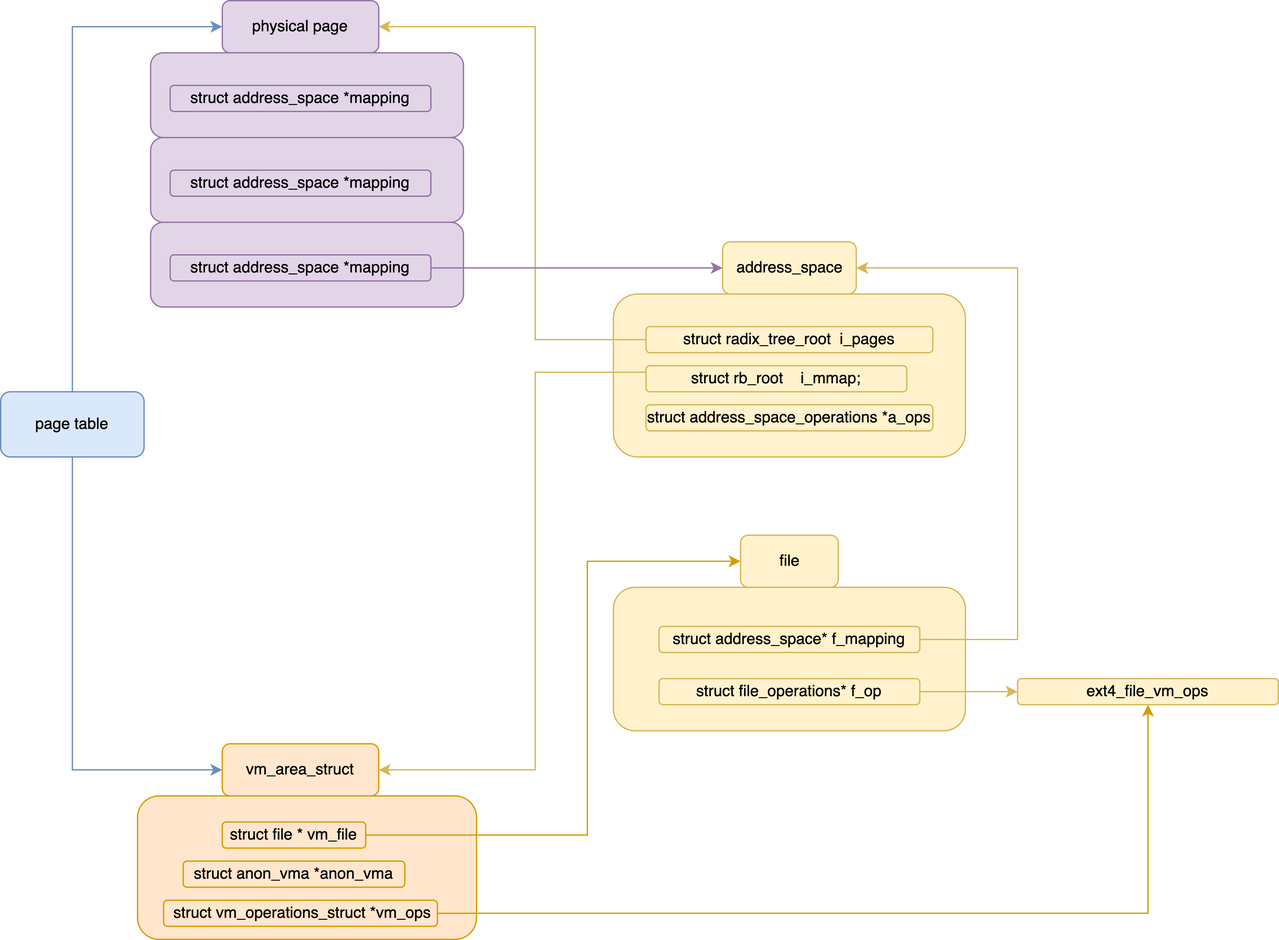
Above: Images/Kernel/mem-mmap-vma-file-page.png in jemmy512/book-notes (draw.io), before the change. Source tidied: cells renumbered, new cells last; positions are measured from the earlier drawing's top-left corner, leaving out a move shared by most shapes.
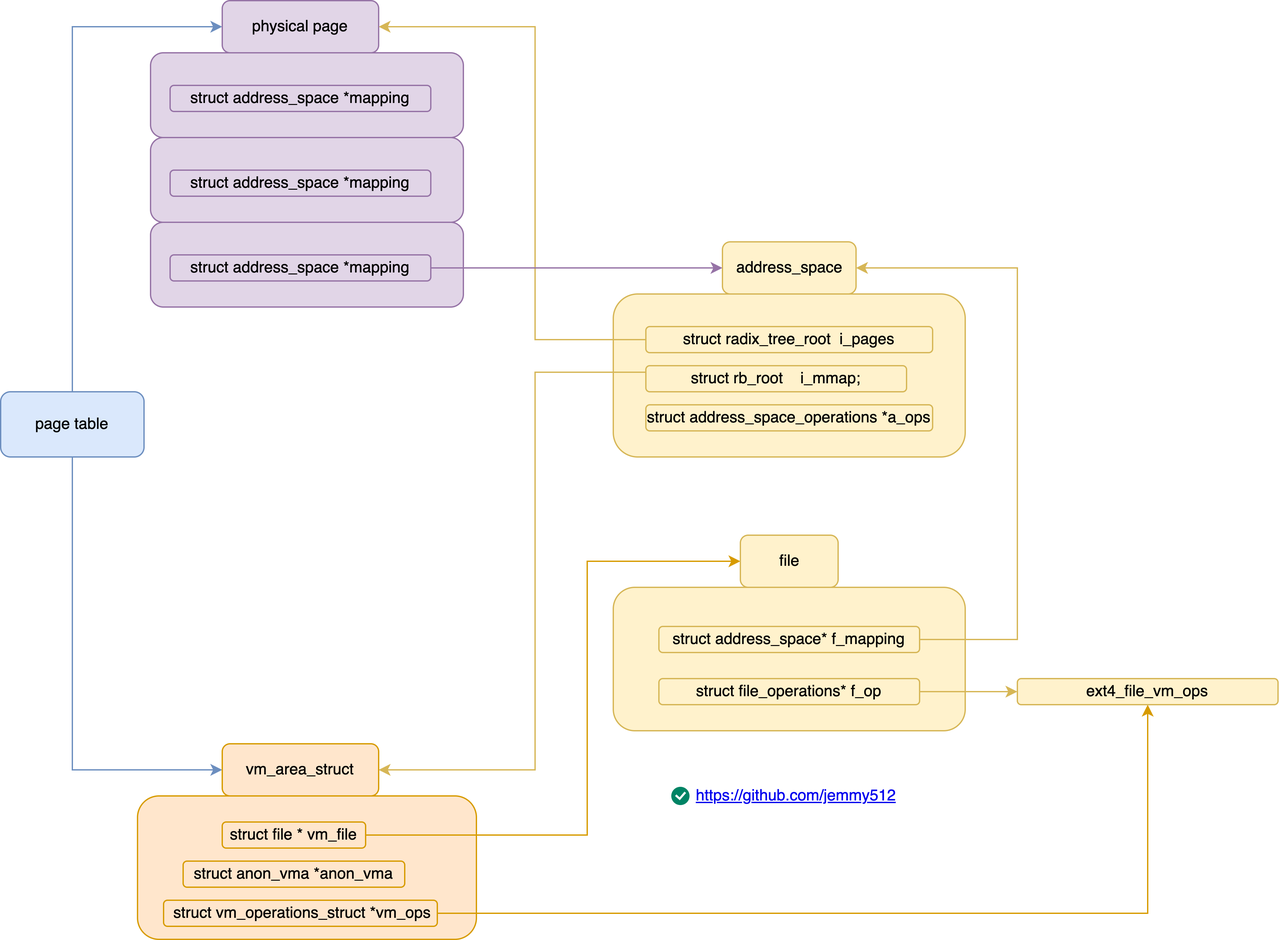
Later version of the same file.

Diff of the diagram source:
```diff
@@ -126,5 +126,11 @@
     <mxCell id="33" value="physical page" style="rounded=1;whiteSpace=wrap;html=1;fillColor=#e1d5e7;strokeColor=#9673a6;" parent="1" vertex="1">
       <mxGeometry x="170" width="120" height="40" as="geometry" />
     </mxCell>
+    <mxCell id="34" style="html=1;shadow=0;dashed=0;shape=mxgraph.atlassian.checkbox;fillColor=#008465;strokeColor=none;html=1;sketch=0;" parent="1" vertex="1">
+      <mxGeometry x="514.5" y="603" width="14" height="14" as="geometry" />
+    </mxCell>
+    <mxCell id="35" value="https://github.com/jemmy512" style="text;html=1;strokeColor=none;fillColor=none;whiteSpace=wrap;align=center;verticalAlign=middle;fontColor=#0000EE;fontStyle=4;" parent="1" vertex="1">
+      <mxGeometry x="524.6" y="590" width="170.9" height="40" as="geometry" />
+    </mxCell>
   </root>
 </mxGraphModel>
```
